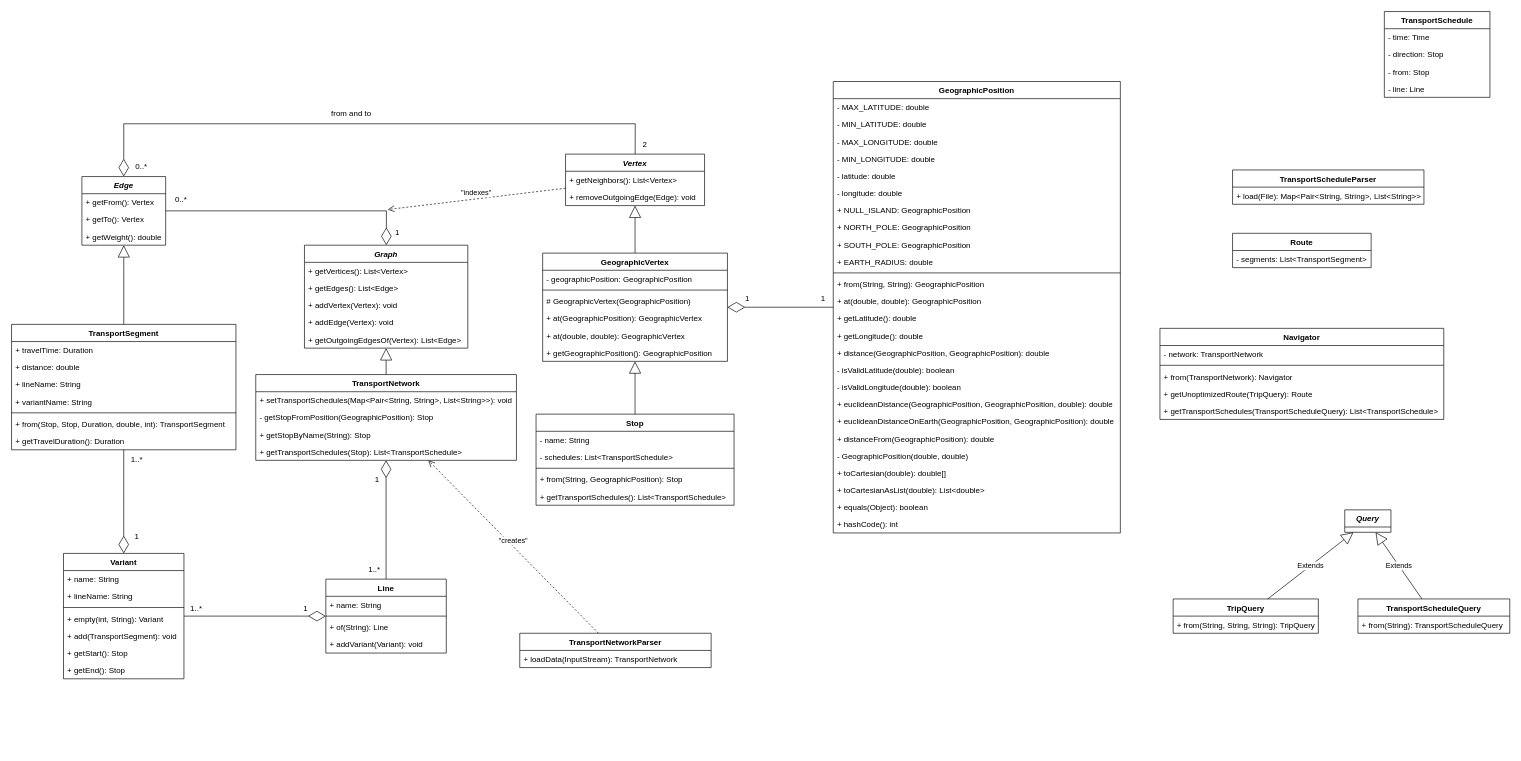
This is diagrams/model.drawio from SkyNalix/MoriaMap, a draw.io file, before an edit. Source tidied: cells renumbered, new cells numbered last; positions are measured from the earlier drawing's top-left corner, leaving out a move shared by most shapes. Both pictures are drawn from the tidied source at 66%, with x=0, y=0 at pixel (11, 11).
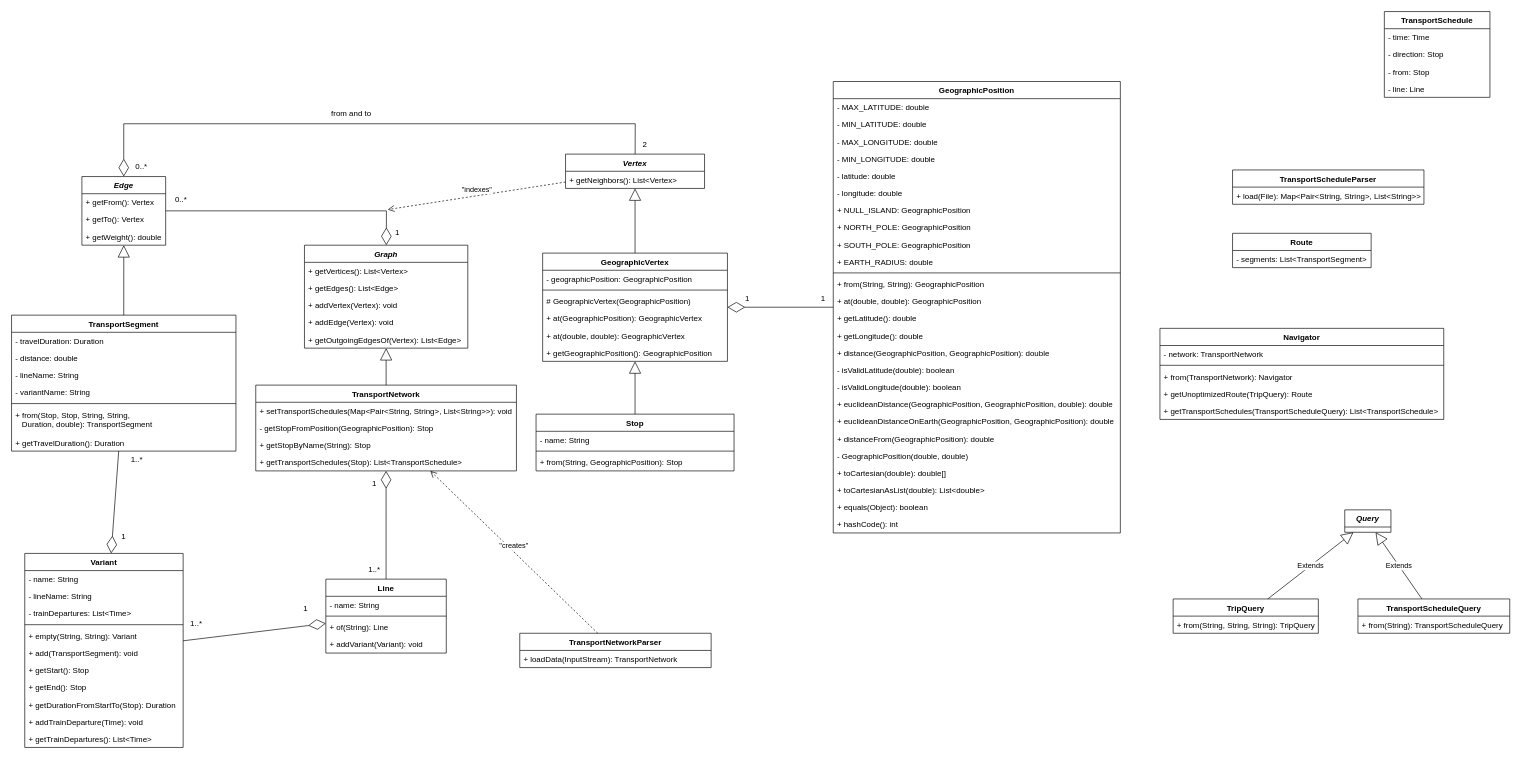
Above is the later version.

The change refers to these unchanged cells:
```xml
<mxCell id="117" value="Line" style="swimlane;fontStyle=1;align=center;verticalAlign=top;horizontal=1;startSize=26;" parent="1" vertex="1">
  <mxGeometry x="476.2" y="860" width="182.5" height="112" as="geometry" />
</mxCell>
```

Change to the diagram source:
```diff
@@
     <mxCell id="10" value="TransportNetwork" style="swimlane;fontStyle=1;align=center;verticalAlign=top;horizontal=1;startSize=26;" parent="1" vertex="1">
-      <mxGeometry x="370" y="550" width="395" height="130" as="geometry" />
+      <mxGeometry x="370" y="566" width="395" height="130" as="geometry" />
     </mxCell>
@@
     <mxCell id="20" value="Stop" style="swimlane;fontStyle=1;align=center;verticalAlign=top;horizontal=1;startSize=26;" parent="1" vertex="1">
-      <mxGeometry x="794.7" y="610" width="300" height="138" as="geometry" />
+      <mxGeometry x="794.7" y="610" width="300" height="86" as="geometry" />
     </mxCell>
@@
-    <mxCell id="22" value="- schedules: List&lt;TransportSchedule&gt;" style="text;strokeColor=none;fillColor=none;align=left;verticalAlign=top;spacingLeft=4;spacingRight=4;overflow=hidden;" parent="20" vertex="1">
-      <mxGeometry y="52" width="300" height="26" as="geometry" />
-    </mxCell>
     <mxCell id="23" style="line;strokeWidth=1;fillColor=none;align=left;verticalAlign=middle;spacingTop=-1;spacingLeft=3;spacingRight=3;labelPosition=right;strokeColor=inherit;" parent="20" vertex="1">
-      <mxGeometry y="78" width="300" height="8" as="geometry" />
+      <mxGeometry y="52" width="300" height="8" as="geometry" />
     </mxCell>
     <mxCell id="24" value="+ from(String, GeographicPosition): Stop" style="text;strokeColor=none;fillColor=none;align=left;verticalAlign=top;spacingLeft=4;spacingRight=4;overflow=hidden;" parent="20" vertex="1">
-      <mxGeometry y="86" width="300" height="26" as="geometry" />
+      <mxGeometry y="60" width="300" height="26" as="geometry" />
     </mxCell>
-    <mxCell id="25" value="+ getTransportSchedules(): List&lt;TransportSchedule&gt;" style="text;strokeColor=none;fillColor=none;align=left;verticalAlign=top;spacingLeft=4;spacingRight=4;overflow=hidden;" parent="20" vertex="1">
-      <mxGeometry y="112" width="300" height="26" as="geometry" />
-    </mxCell>
     <mxCell id="26" value="Vertex" style="swimlane;fontStyle=3;align=center;verticalAlign=top;horizontal=1;startSize=26;" parent="1" vertex="1">
-      <mxGeometry x="839.4" y="216" width="210.6" height="78" as="geometry" />
+      <mxGeometry x="839.4" y="216" width="210.6" height="52" as="geometry" />
     </mxCell>
@@
-    <mxCell id="28" value="+ removeOutgoingEdge(Edge): void" style="text;strokeColor=none;fillColor=none;align=left;verticalAlign=top;spacingLeft=4;spacingRight=4;overflow=hidden;" parent="26" vertex="1">
-      <mxGeometry y="52" width="210.6" height="26" as="geometry" />
-    </mxCell>
@@
     <mxCell id="70" value="TransportSegment" style="swimlane;fontStyle=1;align=center;verticalAlign=top;horizontal=1;startSize=26;" parent="1" vertex="1">
-      <mxGeometry y="474" width="340" height="190" as="geometry" />
+      <mxGeometry y="460" width="340" height="206" as="geometry" />
     </mxCell>
-    <mxCell id="71" value="+ travelTime: Duration" style="text;strokeColor=none;fillColor=none;align=left;verticalAlign=top;spacingLeft=4;spacingRight=4;overflow=hidden;" parent="70" vertex="1">
+    <mxCell id="71" value="- travelDuration: Duration" style="text;strokeColor=none;fillColor=none;align=left;verticalAlign=top;spacingLeft=4;spacingRight=4;overflow=hidden;" parent="70" vertex="1">
       <mxGeometry y="26" width="340" height="26" as="geometry" />
     </mxCell>
-    <mxCell id="72" value="+ distance: double" style="text;strokeColor=none;fillColor=none;align=left;verticalAlign=top;spacingLeft=4;spacingRight=4;overflow=hidden;" parent="70" vertex="1">
+    <mxCell id="72" value="- distance: double" style="text;strokeColor=none;fillColor=none;align=left;verticalAlign=top;spacingLeft=4;spacingRight=4;overflow=hidden;" parent="70" vertex="1">
       <mxGeometry y="52" width="340" height="26" as="geometry" />
     </mxCell>
-    <mxCell id="73" value="+ lineName: String" style="text;strokeColor=none;fillColor=none;align=left;verticalAlign=top;spacingLeft=4;spacingRight=4;overflow=hidden;" parent="70" vertex="1">
+    <mxCell id="73" value="- lineName: String" style="text;strokeColor=none;fillColor=none;align=left;verticalAlign=top;spacingLeft=4;spacingRight=4;overflow=hidden;" parent="70" vertex="1">
       <mxGeometry y="78" width="340" height="26" as="geometry" />
     </mxCell>
-    <mxCell id="74" value="+ variantName: String" style="text;strokeColor=none;fillColor=none;align=left;verticalAlign=top;spacingLeft=4;spacingRight=4;overflow=hidden;" parent="70" vertex="1">
+    <mxCell id="74" value="- variantName: String" style="text;strokeColor=none;fillColor=none;align=left;verticalAlign=top;spacingLeft=4;spacingRight=4;overflow=hidden;" parent="70" vertex="1">
       <mxGeometry y="104" width="340" height="26" as="geometry" />
     </mxCell>
@@
-    <mxCell id="76" value="+ from(Stop, Stop, Duration, double, int): TransportSegment" style="text;strokeColor=none;fillColor=none;align=left;verticalAlign=top;spacingLeft=4;spacingRight=4;overflow=hidden;" parent="70" vertex="1">
-      <mxGeometry y="138" width="340" height="26" as="geometry" />
+    <mxCell id="76" value="+ from(Stop, Stop, String, String,&#10;   Duration, double): TransportSegment" style="text;strokeColor=none;fillColor=none;align=left;verticalAlign=top;spacingLeft=4;spacingRight=4;overflow=hidden;" parent="70" vertex="1">
+      <mxGeometry y="138" width="340" height="42" as="geometry" />
     </mxCell>
     <mxCell id="77" value="+ getTravelDuration(): Duration" style="text;strokeColor=none;fillColor=none;align=left;verticalAlign=top;spacingLeft=4;spacingRight=4;overflow=hidden;" parent="70" vertex="1">
-      <mxGeometry y="164" width="340" height="26" as="geometry" />
+      <mxGeometry y="180" width="340" height="26" as="geometry" />
     </mxCell>
@@
     <mxCell id="102" value="Variant" style="swimlane;fontStyle=1;align=center;verticalAlign=top;horizontal=1;startSize=26;" parent="1" vertex="1">
-      <mxGeometry x="78.7" y="821" width="182.5" height="190" as="geometry" />
+      <mxGeometry x="20" y="821" width="240" height="294" as="geometry" />
     </mxCell>
-    <mxCell id="103" value="+ name: String" style="text;strokeColor=none;fillColor=none;align=left;verticalAlign=top;spacingLeft=4;spacingRight=4;overflow=hidden;" parent="102" vertex="1">
-      <mxGeometry y="26" width="182.5" height="26" as="geometry" />
+    <mxCell id="103" value="- name: String" style="text;strokeColor=none;fillColor=none;align=left;verticalAlign=top;spacingLeft=4;spacingRight=4;overflow=hidden;" parent="102" vertex="1">
+      <mxGeometry y="26" width="240" height="26" as="geometry" />
     </mxCell>
-    <mxCell id="104" value="+ lineName: String" style="text;strokeColor=none;fillColor=none;align=left;verticalAlign=top;spacingLeft=4;spacingRight=4;overflow=hidden;" parent="102" vertex="1">
-      <mxGeometry y="52" width="182.5" height="26" as="geometry" />
+    <mxCell id="104" value="- lineName: String" style="text;strokeColor=none;fillColor=none;align=left;verticalAlign=top;spacingLeft=4;spacingRight=4;overflow=hidden;" parent="102" vertex="1">
+      <mxGeometry y="52" width="240" height="26" as="geometry" />
     </mxCell>
+    <mxCell id="130" value="- trainDepartures: List&lt;Time&gt;" style="text;strokeColor=none;fillColor=none;align=left;verticalAlign=top;spacingLeft=4;spacingRight=4;overflow=hidden;" parent="102" vertex="1">
+      <mxGeometry y="78" width="240" height="26" as="geometry" />
+    </mxCell>
     <mxCell id="105" style="line;strokeWidth=1;fillColor=none;align=left;verticalAlign=middle;spacingTop=-1;spacingLeft=3;spacingRight=3;labelPosition=right;strokeColor=inherit;" parent="102" vertex="1">
-      <mxGeometry y="78" width="182.5" height="8" as="geometry" />
+      <mxGeometry y="104" width="240" height="8" as="geometry" />
     </mxCell>
-    <mxCell id="106" value="+ empty(int, String): Variant" style="text;strokeColor=none;fillColor=none;align=left;verticalAlign=top;spacingLeft=4;spacingRight=4;overflow=hidden;" parent="102" vertex="1">
-      <mxGeometry y="86" width="182.5" height="26" as="geometry" />
+    <mxCell id="106" value="+ empty(String, String): Variant" style="text;strokeColor=none;fillColor=none;align=left;verticalAlign=top;spacingLeft=4;spacingRight=4;overflow=hidden;" parent="102" vertex="1">
+      <mxGeometry y="112" width="240" height="26" as="geometry" />
     </mxCell>
     <mxCell id="107" value="+ add(TransportSegment): void" style="text;strokeColor=none;fillColor=none;align=left;verticalAlign=top;spacingLeft=4;spacingRight=4;overflow=hidden;" parent="102" vertex="1">
-      <mxGeometry y="112" width="182.5" height="26" as="geometry" />
+      <mxGeometry y="138" width="240" height="26" as="geometry" />
     </mxCell>
     <mxCell id="108" value="+ getStart(): Stop" style="text;strokeColor=none;fillColor=none;align=left;verticalAlign=top;spacingLeft=4;spacingRight=4;overflow=hidden;" parent="102" vertex="1">
-      <mxGeometry y="138" width="182.5" height="26" as="geometry" />
+      <mxGeometry y="164" width="240" height="26" as="geometry" />
     </mxCell>
     <mxCell id="109" value="+ getEnd(): Stop" style="text;strokeColor=none;fillColor=none;align=left;verticalAlign=top;spacingLeft=4;spacingRight=4;overflow=hidden;" parent="102" vertex="1">
-      <mxGeometry y="164" width="182.5" height="26" as="geometry" />
+      <mxGeometry y="190" width="240" height="26" as="geometry" />
     </mxCell>
+    <mxCell id="131" value="+ getDurationFromStartTo(Stop): Duration" style="text;strokeColor=none;fillColor=none;align=left;verticalAlign=top;spacingLeft=4;spacingRight=4;overflow=hidden;" parent="102" vertex="1">
+      <mxGeometry y="216" width="240" height="26" as="geometry" />
+    </mxCell>
+    <mxCell id="132" value="+ addTrainDeparture(Time): void" style="text;strokeColor=none;fillColor=none;align=left;verticalAlign=top;spacingLeft=4;spacingRight=4;overflow=hidden;" parent="102" vertex="1">
+      <mxGeometry y="242" width="240" height="26" as="geometry" />
+    </mxCell>
+    <mxCell id="133" value="+ getTrainDepartures(): List&lt;Time&gt;" style="text;strokeColor=none;fillColor=none;align=left;verticalAlign=top;spacingLeft=4;spacingRight=4;overflow=hidden;" parent="102" vertex="1">
+      <mxGeometry y="268" width="240" height="26" as="geometry" />
+    </mxCell>
@@
     <mxCell id="112" value="1" style="text;html=1;strokeColor=none;fillColor=none;align=center;verticalAlign=middle;whiteSpace=wrap;rounded=0;" parent="1" vertex="1">
-      <mxGeometry x="160" y="780" width="60" height="30" as="geometry" />
+      <mxGeometry x="140" y="780" width="60" height="30" as="geometry" />
     </mxCell>
@@
     <mxCell id="115" value="1" style="text;html=1;strokeColor=none;fillColor=none;align=center;verticalAlign=middle;whiteSpace=wrap;rounded=0;" parent="1" vertex="1">
-      <mxGeometry x="524" y="694" width="60" height="30" as="geometry" />
+      <mxGeometry x="520" y="700" width="60" height="30" as="geometry" />
     </mxCell>
@@
-    <mxCell id="118" value="+ name: String" style="text;strokeColor=none;fillColor=none;align=left;verticalAlign=top;spacingLeft=4;spacingRight=4;overflow=hidden;" parent="117" vertex="1">
+    <mxCell id="118" value="- name: String" style="text;strokeColor=none;fillColor=none;align=left;verticalAlign=top;spacingLeft=4;spacingRight=4;overflow=hidden;" parent="117" vertex="1">
       <mxGeometry y="26" width="182.5" height="26" as="geometry" />
     </mxCell>
@@
     <mxCell id="124" value="1..*" style="text;html=1;strokeColor=none;fillColor=none;align=center;verticalAlign=middle;whiteSpace=wrap;rounded=0;" parent="1" vertex="1">
-      <mxGeometry x="250" y="890" width="60" height="30" as="geometry" />
+      <mxGeometry x="250" y="912" width="60" height="30" as="geometry" />
     </mxCell>
```
